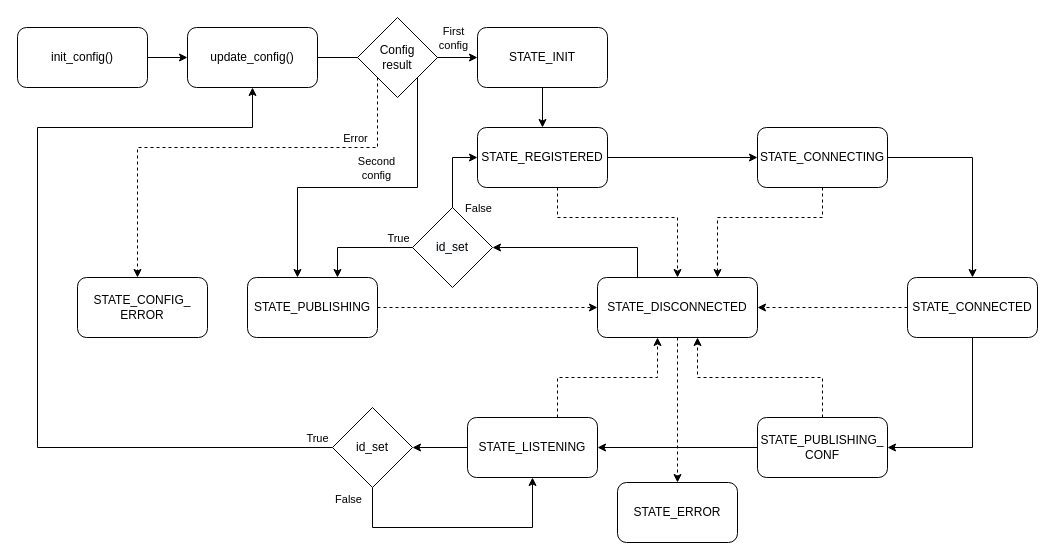
Before: Drawio/state_machine.drawio in matteovisotto/MTDS-FinalProject, a draw.io diagram. Source tidied: cells renumbered, new cells numbered last; positions are measured from the earlier drawing's top-left corner, leaving out a move shared by most shapes. Both pictures are drawn from the tidied source at 100%, with x=0, y=0 at pixel (17, 17).
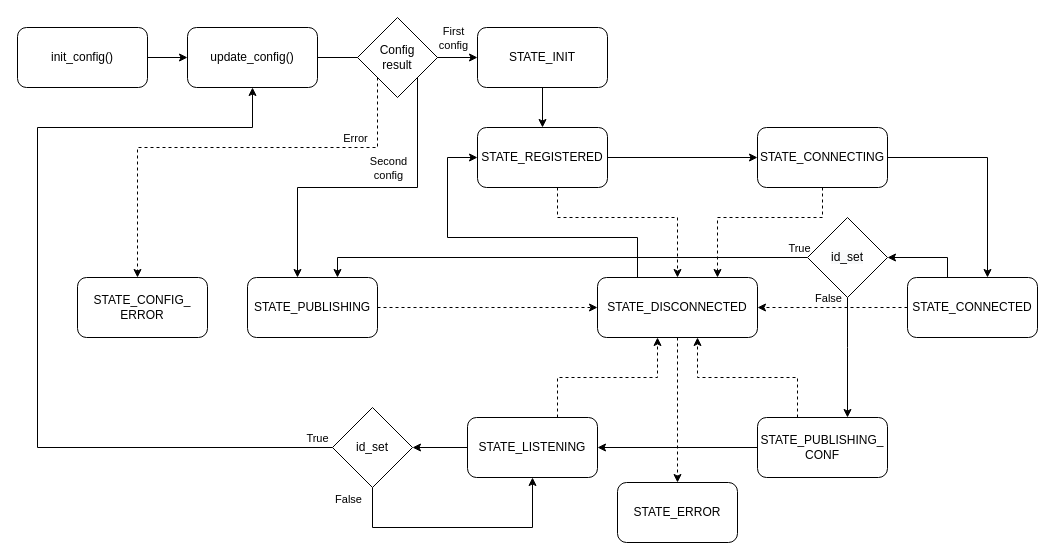
The same page after the edit.

Unchanged cells that the change refers to:
```xml
<mxCell id="6" value="STATE_REGISTERED" style="rounded=1;whiteSpace=wrap;html=1;" parent="1" vertex="1">
  <mxGeometry x="460" y="110" width="130" height="60" as="geometry" />
</mxCell>
<mxCell id="9" value="STATE_CONNECTING" style="rounded=1;whiteSpace=wrap;html=1;" parent="1" vertex="1">
  <mxGeometry x="740" y="110" width="130" height="60" as="geometry" />
</mxCell>
<mxCell id="12" value="STATE_CONNECTED" style="rounded=1;whiteSpace=wrap;html=1;" parent="1" vertex="1">
  <mxGeometry x="890" y="260" width="130" height="60" as="geometry" />
</mxCell>
<mxCell id="15" value="STATE_PUBLISHING_&lt;br&gt;CONF" style="rounded=1;whiteSpace=wrap;html=1;" parent="1" vertex="1">
  <mxGeometry x="740" y="400" width="130" height="60" as="geometry" />
</mxCell>
<mxCell id="20" value="STATE_PUBLISHING" style="rounded=1;whiteSpace=wrap;html=1;" parent="1" vertex="1">
  <mxGeometry x="230" y="260" width="130" height="60" as="geometry" />
</mxCell>
<mxCell id="23" value="STATE_DISCONNECTED" style="rounded=1;whiteSpace=wrap;html=1;" parent="1" vertex="1">
  <mxGeometry x="580" y="260" width="160" height="60" as="geometry" />
</mxCell>
<mxCell id="27" style="edgeStyle=orthogonalEdgeStyle;rounded=0;jettySize=auto;html=1;" parent="1" edge="1" source="40" target="20">
  <mxGeometry relative="1" as="geometry">
    <Array as="points">
      <mxPoint x="400" y="170" />
      <mxPoint x="280" y="170" />
    </Array>
  </mxGeometry>
</mxCell>
```

Diff of the diagram source:
```diff
@@
     <mxCell id="8" style="edgeStyle=orthogonalEdgeStyle;rounded=0;jettySize=auto;html=1;" parent="1" edge="1" source="9" target="12">
       <mxGeometry relative="1" as="geometry">
         <Array as="points">
-          <mxPoint x="955" y="140" />
+          <mxPoint x="970" y="140" />
         </Array>
       </mxGeometry>
     </mxCell>
@@
-    <mxCell id="10" style="edgeStyle=orthogonalEdgeStyle;rounded=0;jettySize=auto;html=1;" parent="1" edge="1" source="12" target="15">
+    <mxCell id="10" style="edgeStyle=orthogonalEdgeStyle;rounded=0;jettySize=auto;html=1;" parent="1" edge="1" source="12" target="45">
       <mxGeometry relative="1" as="geometry">
         <Array as="points">
-          <mxPoint x="955" y="430" />
+          <mxPoint x="930" y="240" />
         </Array>
       </mxGeometry>
     </mxCell>
@@
     <mxCell id="14" style="edgeStyle=orthogonalEdgeStyle;rounded=0;jettySize=auto;html=1;dashed=1;" parent="1" edge="1" source="15" target="23">
       <mxGeometry relative="1" as="geometry">
         <Array as="points">
-          <mxPoint x="805" y="360" />
+          <mxPoint x="780" y="360" />
           <mxPoint x="680" y="360" />
         </Array>
       </mxGeometry>
     </mxCell>
@@
-    <mxCell id="21" style="edgeStyle=orthogonalEdgeStyle;rounded=0;jettySize=auto;html=1;" parent="1" edge="1" source="23" target="45">
+    <mxCell id="21" style="edgeStyle=orthogonalEdgeStyle;rounded=0;jettySize=auto;html=1;" parent="1" edge="1" source="23" target="6">
       <mxGeometry relative="1" as="geometry">
         <Array as="points">
-          <mxPoint x="620" y="230" />
+          <mxPoint x="620" y="220" />
+          <mxPoint x="430" y="220" />
+          <mxPoint x="430" y="140" />
         </Array>
       </mxGeometry>
     </mxCell>
@@
     <mxCell id="28" value="Second&lt;br&gt;config" style="edgeLabel;html=1;align=center;verticalAlign=middle;" parent="27" vertex="1">
       <mxGeometry x="-0.22" y="2" relative="1" as="geometry">
-        <mxPoint x="-27" y="-22" as="offset" />
+        <mxPoint x="-15" y="-22" as="offset" />
       </mxGeometry>
     </mxCell>
@@
     <mxCell id="41" style="edgeStyle=orthogonalEdgeStyle;rounded=0;jettySize=auto;html=1;" parent="1" edge="1" source="45" target="20">
       <mxGeometry relative="1" as="geometry">
         <Array as="points">
-          <mxPoint x="320" y="230" />
+          <mxPoint x="320" y="240" />
         </Array>
       </mxGeometry>
     </mxCell>
     <mxCell id="42" value="True" style="edgeLabel;html=1;align=center;verticalAlign=middle;" parent="41" vertex="1">
       <mxGeometry x="0.12" y="1" relative="1" as="geometry">
-        <mxPoint x="44" y="-11" as="offset" />
+        <mxPoint x="265" y="-11" as="offset" />
       </mxGeometry>
     </mxCell>
-    <mxCell id="43" style="edgeStyle=orthogonalEdgeStyle;rounded=0;jettySize=auto;html=1;" parent="1" edge="1" source="45" target="6">
+    <mxCell id="43" style="edgeStyle=orthogonalEdgeStyle;rounded=0;jettySize=auto;html=1;" parent="1" edge="1" source="45" target="15">
       <mxGeometry relative="1" as="geometry">
         <Array as="points">
-          <mxPoint x="435" y="140" />
+          <mxPoint x="830" y="330" />
+          <mxPoint x="830" y="330" />
         </Array>
       </mxGeometry>
     </mxCell>
     <mxCell id="44" value="False" style="edgeLabel;html=1;align=center;verticalAlign=middle;" parent="43" vertex="1">
       <mxGeometry x="0.2" y="1" relative="1" as="geometry">
-        <mxPoint x="26" y="45" as="offset" />
+        <mxPoint x="-21" y="-72" as="offset" />
       </mxGeometry>
     </mxCell>
     <mxCell id="45" value="&lt;span style=&quot;color: rgb(0, 0, 0); font-family: Helvetica; font-size: 12px; font-style: normal; font-variant-ligatures: normal; font-variant-caps: normal; font-weight: 400; letter-spacing: normal; orphans: 2; text-align: center; text-indent: 0px; text-transform: none; widows: 2; word-spacing: 0px; -webkit-text-stroke-width: 0px; background-color: rgb(248, 249, 250); text-decoration-thickness: initial; text-decoration-style: initial; text-decoration-color: initial; float: none; display: inline !important;&quot;&gt;id_set&lt;/span&gt;" style="rhombus;whiteSpace=wrap;html=1;" parent="1" vertex="1">
-      <mxGeometry x="395" y="190" width="80" height="80" as="geometry" />
+      <mxGeometry x="790" y="200" width="80" height="80" as="geometry" />
     </mxCell>
```
